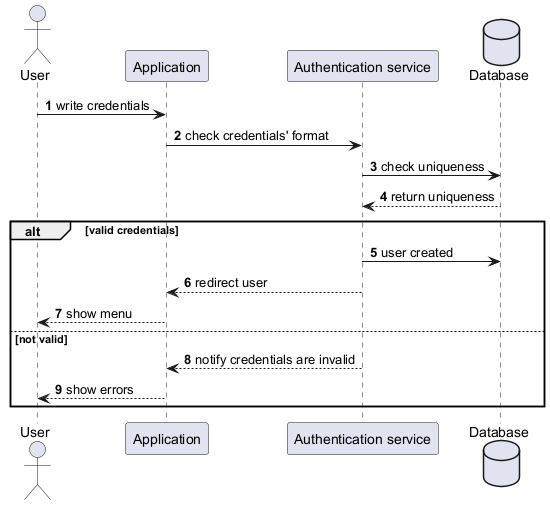
Arquisoft/wichat_en3a keeps this PlantUML diagram as images/Sign up diagram.png. Above is the earlier version.
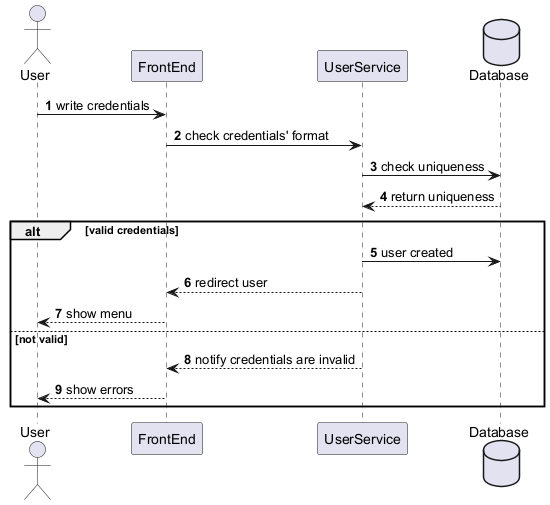
The same file after the commit.

The edit, as a diff of the source:
```diff
@@ -1,21 +1,21 @@
 @startuml
 autonumber
 actor User
-participant Application
-participant "Authentication service"
+participant FrontEnd
+participant UserService
 database Database
 
-User -> Application: write credentials
-Application -> "Authentication service": check credentials' format
-"Authentication service" -> Database: check uniqueness
-Database --> "Authentication service": return uniqueness
+User -> FrontEnd: write credentials
+FrontEnd -> UserService: check credentials' format
+UserService -> Database: check uniqueness
+Database --> UserService: return uniqueness
 
 alt valid credentials
-    "Authentication service" -> Database: user created
-    "Authentication service" --> Application: redirect user
-    Application --> User: show menu
+    UserService -> Database: user created
+    UserService --> FrontEnd: redirect user
+    FrontEnd --> User: show menu
 else not valid
-    "Authentication service" --> Application: notify credentials are invalid
-    Application --> User: show errors
+    UserService --> FrontEnd: notify credentials are invalid
+    FrontEnd --> User: show errors
 end
 @enduml
```
